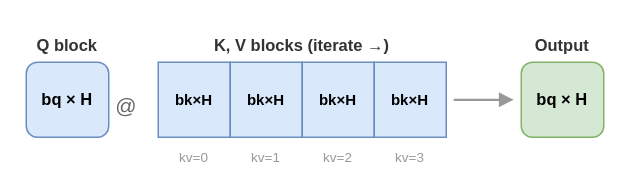
Earlier version of the draw.io diagram images/splash-attention-puzzle4.drawio (vorushin/pallas_puzzles). Source tidied: cells renumbered, new cells numbered last; positions are measured from the earlier drawing's top-left corner, leaving out a move shared by most shapes. Both pictures are drawn from the tidied source at 150%, with x=0, y=0 at pixel (26, 26).
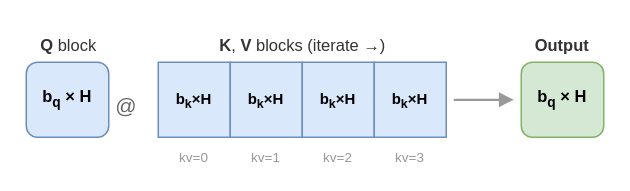
The same page after the edit.

Change to the diagram source:
```diff
@@
 <mxGraphModel>
   <root>
     <mxCell id="0" />
     <mxCell id="1" parent="0" />
-    <mxCell id="2" value="Q block" style="text;fontSize=11;fontStyle=1;fontColor=#333333;align=center;" parent="1" vertex="1">
+    <mxCell id="2" value="&lt;b&gt;Q&lt;/b&gt; block" style="text;fontSize=11;fontStyle=0;fontColor=#333333;align=center;html=1;" parent="1" vertex="1">
       <mxGeometry width="55" height="20" as="geometry" />
     </mxCell>
-    <mxCell id="3" value="K, V blocks (iterate →)" style="text;fontSize=11;fontStyle=1;fontColor=#333333;align=center;" parent="1" vertex="1">
+    <mxCell id="3" value="&lt;b&gt;K&lt;/b&gt;, &lt;b&gt;V&lt;/b&gt; blocks (iterate &amp;rarr;)" style="text;fontSize=11;fontStyle=0;fontColor=#333333;align=center;html=1;" parent="1" vertex="1">
       <mxGeometry x="88" width="192" height="20" as="geometry" />
     </mxCell>
     <mxCell id="4" value="Output" style="text;fontSize=11;fontStyle=1;fontColor=#333333;align=center;" parent="1" vertex="1">
       <mxGeometry x="330" width="55" height="20" as="geometry" />
     </mxCell>
-    <mxCell id="5" value="bq × H" style="rounded=1;whiteSpace=wrap;fillColor=#dae8fc;strokeColor=#6c8ebf;fontSize=11;fontStyle=1;" parent="1" vertex="1">
+    <mxCell id="5" value="b&lt;sub&gt;q&lt;/sub&gt; &amp;times; H" style="rounded=1;whiteSpace=wrap;fillColor=#dae8fc;strokeColor=#6c8ebf;fontSize=11;fontStyle=1;html=1;" parent="1" vertex="1">
       <mxGeometry y="24" width="55" height="50" as="geometry" />
     </mxCell>
     <mxCell id="6" value="@" style="text;fontSize=14;fontColor=#666666;align=center;" parent="1" vertex="1">
       <mxGeometry x="58" y="38" width="18" height="22" as="geometry" />
     </mxCell>
-    <mxCell id="7" value="bk×H" style="rounded=0;whiteSpace=wrap;fillColor=#dae8fc;strokeColor=#6c8ebf;fontSize=10;fontStyle=1;" parent="1" vertex="1">
+    <mxCell id="7" value="b&lt;sub&gt;k&lt;/sub&gt;&amp;times;H" style="rounded=0;whiteSpace=wrap;fillColor=#dae8fc;strokeColor=#6c8ebf;fontSize=10;fontStyle=1;html=1;" parent="1" vertex="1">
       <mxGeometry x="88" y="24" width="48" height="50" as="geometry" />
     </mxCell>
-    <mxCell id="8" value="bk×H" style="rounded=0;whiteSpace=wrap;fillColor=#dae8fc;strokeColor=#6c8ebf;fontSize=10;fontStyle=1;" parent="1" vertex="1">
+    <mxCell id="8" value="b&lt;sub&gt;k&lt;/sub&gt;&amp;times;H" style="rounded=0;whiteSpace=wrap;fillColor=#dae8fc;strokeColor=#6c8ebf;fontSize=10;fontStyle=1;html=1;" parent="1" vertex="1">
       <mxGeometry x="136" y="24" width="48" height="50" as="geometry" />
     </mxCell>
-    <mxCell id="9" value="bk×H" style="rounded=0;whiteSpace=wrap;fillColor=#dae8fc;strokeColor=#6c8ebf;fontSize=10;fontStyle=1;" parent="1" vertex="1">
+    <mxCell id="9" value="b&lt;sub&gt;k&lt;/sub&gt;&amp;times;H" style="rounded=0;whiteSpace=wrap;fillColor=#dae8fc;strokeColor=#6c8ebf;fontSize=10;fontStyle=1;html=1;" parent="1" vertex="1">
       <mxGeometry x="184" y="24" width="48" height="50" as="geometry" />
     </mxCell>
-    <mxCell id="10" value="bk×H" style="rounded=0;whiteSpace=wrap;fillColor=#dae8fc;strokeColor=#6c8ebf;fontSize=10;fontStyle=1;" parent="1" vertex="1">
+    <mxCell id="10" value="b&lt;sub&gt;k&lt;/sub&gt;&amp;times;H" style="rounded=0;whiteSpace=wrap;fillColor=#dae8fc;strokeColor=#6c8ebf;fontSize=10;fontStyle=1;html=1;" parent="1" vertex="1">
       <mxGeometry x="232" y="24" width="48" height="50" as="geometry" />
     </mxCell>
     <mxCell id="11" value="kv=0" style="text;fontSize=9;fontColor=#999999;align=center;" parent="1" vertex="1">
       <mxGeometry x="88" y="76" width="48" height="16" as="geometry" />
     </mxCell>
     <mxCell id="12" value="kv=1" style="text;fontSize=9;fontColor=#999999;align=center;" parent="1" vertex="1">
       <mxGeometry x="136" y="76" width="48" height="16" as="geometry" />
     </mxCell>
     <mxCell id="13" value="kv=2" style="text;fontSize=9;fontColor=#999999;align=center;" parent="1" vertex="1">
       <mxGeometry x="184" y="76" width="48" height="16" as="geometry" />
     </mxCell>
     <mxCell id="14" value="kv=3" style="text;fontSize=9;fontColor=#999999;align=center;" parent="1" vertex="1">
       <mxGeometry x="232" y="76" width="48" height="16" as="geometry" />
     </mxCell>
     <mxCell id="15" style="endArrow=block;endFill=1;strokeWidth=1.5;strokeColor=#999999;" parent="1" edge="1">
       <mxGeometry relative="1" as="geometry">
         <mxPoint x="285" y="49" as="sourcePoint" />
         <mxPoint x="325" y="49" as="targetPoint" />
       </mxGeometry>
     </mxCell>
-    <mxCell id="16" value="bq × H" style="rounded=1;whiteSpace=wrap;fillColor=#d5e8d4;strokeColor=#82b366;fontSize=11;fontStyle=1;" parent="1" vertex="1">
+    <mxCell id="16" value="b&lt;sub&gt;q&lt;/sub&gt; &amp;times; H" style="rounded=1;whiteSpace=wrap;fillColor=#d5e8d4;strokeColor=#82b366;fontSize=11;fontStyle=1;html=1;" parent="1" vertex="1">
       <mxGeometry x="330" y="24" width="55" height="50" as="geometry" />
     </mxCell>
   </root>
 </mxGraphModel>
```
